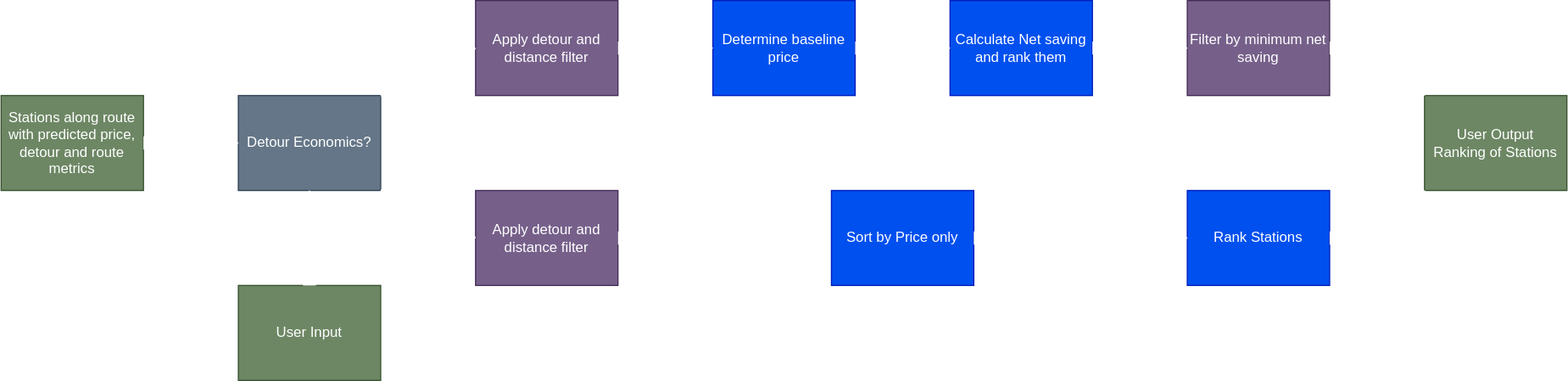
Earlier version of the draw.io export structure_graphs/dark_theme_recommender.drawio.svg (momade02/ds_project_main). Source tidied: cells renumbered, new cells last; positions are measured from the earlier drawing's top-left corner, leaving out a move shared by most shapes.
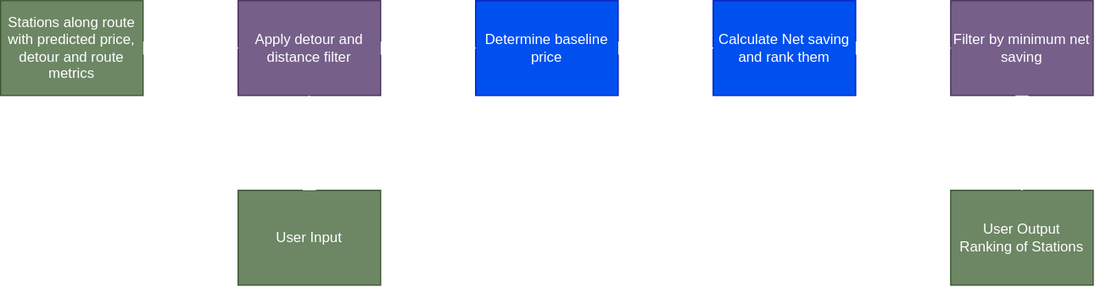
After the change.

Commit message:
Refactor SVG layout and styles for light theme recommender

- Adjusted dimensions and positions of rectangles and text elements for better alignment and visibility.
- Updated fill and stroke colors for various elements to enhance the visual appeal.
- Ensured consistent styling across all components for a cohesive look.

Change to the diagram source:
```diff
@@ -2,48 +2,34 @@
   <root>
     <mxCell id="0" />
     <mxCell id="1" parent="0" />
-    <mxCell id="2" value="Detour Economics?" style="rounded=0;whiteSpace=wrap;html=1;fillColor=#647687;strokeColor=#314354;fontColor=#FFFFFF;shadow=0;" parent="1" vertex="1">
-      <mxGeometry x="200" y="80" width="120" height="80" as="geometry" />
-    </mxCell>
     <mxCell id="3" value="&lt;span style=&quot;&quot;&gt;&lt;font style=&quot;color: light-dark(rgb(255, 255, 255), rgb(237, 237, 237));&quot;&gt;Apply detour and distance filter&lt;/font&gt;&lt;/span&gt;" style="rounded=0;whiteSpace=wrap;html=1;fillColor=#76608a;strokeColor=#432D57;fontColor=#FFFFFF;" parent="1" vertex="1">
       <mxGeometry x="400" width="120" height="80" as="geometry" />
     </mxCell>
     <mxCell id="4" value="Determine baseline price" style="rounded=0;whiteSpace=wrap;html=1;fillColor=#0050ef;strokeColor=#001DBC;fontColor=#FFFFFF;" parent="1" vertex="1">
       <mxGeometry x="600" width="120" height="80" as="geometry" />
     </mxCell>
-    <mxCell id="5" value="Yes" style="shape=flexArrow;endArrow=classic;html=1;rounded=0;entryX=0;entryY=0.5;entryDx=0;entryDy=0;exitX=1;exitY=0;exitDx=0;exitDy=0;fillColor=none;fontColor=#FFFFFF;labelBackgroundColor=none;labelPosition=center;verticalLabelPosition=top;align=center;verticalAlign=bottom;spacing=10;strokeColor=#FFFFFF;" parent="1" edge="1" source="2" target="3">
-      <mxGeometry relative="1" as="geometry" />
-    </mxCell>
     <mxCell id="6" style="shape=flexArrow;endArrow=classic;html=1;rounded=0;entryX=0;entryY=0.5;entryDx=0;entryDy=0;exitX=1;exitY=0.5;exitDx=0;exitDy=0;fillColor=none;fontColor=#FFFFFF;strokeColor=#FFFFFF;" parent="1" edge="1" source="3" target="4">
       <mxGeometry relative="1" as="geometry" />
     </mxCell>
     <mxCell id="7" value="User Output&lt;br&gt;Ranking of Stations" style="rounded=0;whiteSpace=wrap;html=1;fillColor=#6d8764;strokeColor=#3A5431;fontColor=#FFFFFF;" parent="1" vertex="1">
-      <mxGeometry x="1200" y="80" width="120" height="80" as="geometry" />
+      <mxGeometry x="1000" y="160" width="120" height="80" as="geometry" />
     </mxCell>
     <mxCell id="8" value="Stations along route with predicted price, detour and route metrics" style="rounded=0;whiteSpace=wrap;html=1;fillColor=#6d8764;strokeColor=#3A5431;fontColor=#FFFFFF;" parent="1" vertex="1">
-      <mxGeometry y="80" width="120" height="80" as="geometry" />
+      <mxGeometry x="200" width="120" height="80" as="geometry" />
     </mxCell>
-    <mxCell id="9" style="shape=flexArrow;endArrow=classic;html=1;rounded=0;exitX=1;exitY=0.5;exitDx=0;exitDy=0;entryX=0;entryY=0.5;entryDx=0;entryDy=0;fillColor=none;fontColor=#FFFFFF;strokeColor=#FFFFFF;" parent="1" edge="1" source="8" target="2">
-      <mxGeometry relative="1" as="geometry" />
+    <mxCell id="9" style="shape=flexArrow;endArrow=classic;html=1;rounded=0;exitX=1;exitY=0.5;exitDx=0;exitDy=0;entryX=0;entryY=0.5;entryDx=0;entryDy=0;fillColor=none;fontColor=#FFFFFF;strokeColor=#FFFFFF;" parent="1" edge="1" source="8">
+      <mxGeometry relative="1" as="geometry">
+        <mxPoint x="400" y="40" as="targetPoint" />
+      </mxGeometry>
     </mxCell>
     <mxCell id="10" value="User Input" style="rounded=0;whiteSpace=wrap;html=1;fillColor=#6d8764;strokeColor=#3A5431;fontColor=#FFFFFF;" parent="1" vertex="1">
-      <mxGeometry x="200" y="240" width="120" height="80" as="geometry" />
+      <mxGeometry x="400" y="160" width="120" height="80" as="geometry" />
     </mxCell>
-    <mxCell id="11" style="shape=flexArrow;endArrow=classic;html=1;rounded=0;exitX=0.5;exitY=0;exitDx=0;exitDy=0;entryX=0.5;entryY=1;entryDx=0;entryDy=0;fillColor=none;fontColor=#FFFFFF;labelBackgroundColor=none;labelPosition=left;verticalLabelPosition=middle;align=right;verticalAlign=middle;spacing=10;strokeColor=#FFFFFF;" parent="1" edge="1" source="10" target="2">
-      <mxGeometry relative="1" as="geometry" />
+    <mxCell id="11" style="shape=flexArrow;endArrow=classic;html=1;rounded=0;exitX=0.5;exitY=0;exitDx=0;exitDy=0;entryX=0.5;entryY=1;entryDx=0;entryDy=0;fillColor=none;fontColor=#FFFFFF;labelBackgroundColor=none;labelPosition=left;verticalLabelPosition=middle;align=right;verticalAlign=middle;spacing=10;strokeColor=#FFFFFF;" parent="1" edge="1" source="10">
+      <mxGeometry relative="1" as="geometry">
+        <mxPoint x="460" y="80" as="targetPoint" />
+      </mxGeometry>
     </mxCell>
-    <mxCell id="12" value="Apply detour and distance filter" style="rounded=0;whiteSpace=wrap;html=1;fillColor=#76608a;strokeColor=#432D57;fontColor=#FFFFFF;" parent="1" vertex="1">
-      <mxGeometry x="400" y="160" width="120" height="80" as="geometry" />
-    </mxCell>
-    <mxCell id="13" value="No" style="shape=flexArrow;endArrow=classic;html=1;rounded=0;entryX=0;entryY=0.5;entryDx=0;entryDy=0;exitX=1;exitY=1;exitDx=0;exitDy=0;fillColor=none;fontColor=#FFFFFF;labelBackgroundColor=none;labelPosition=center;verticalLabelPosition=bottom;align=center;verticalAlign=top;spacing=10;strokeColor=#FFFFFF;" parent="1" edge="1" source="2" target="12">
-      <mxGeometry relative="1" as="geometry" />
-    </mxCell>
-    <mxCell id="14" value="Rank Stations" style="rounded=0;whiteSpace=wrap;html=1;fillColor=#0050ef;strokeColor=#001DBC;fontColor=#FFFFFF;" parent="1" vertex="1">
-      <mxGeometry x="1000" y="160" width="120" height="80" as="geometry" />
-    </mxCell>
-    <mxCell id="15" style="shape=flexArrow;endArrow=classic;html=1;rounded=0;exitX=1;exitY=0.5;exitDx=0;exitDy=0;fillColor=none;fontColor=#FFFFFF;entryX=0;entryY=0.5;entryDx=0;entryDy=0;strokeColor=#FFFFFF;" parent="1" edge="1" source="12" target="19">
-      <mxGeometry relative="1" as="geometry" />
-    </mxCell>
     <mxCell id="16" value="Calculate Net saving and rank them" style="rounded=0;whiteSpace=wrap;html=1;fillColor=#0050ef;strokeColor=#001DBC;fontColor=#FFFFFF;" parent="1" vertex="1">
       <mxGeometry x="800" width="120" height="80" as="geometry" />
     </mxCell>
@@ -53,28 +39,11 @@
     <mxCell id="18" value="Filter by minimum net saving" style="rounded=0;whiteSpace=wrap;html=1;fillColor=#76608a;strokeColor=#432D57;fontColor=#FFFFFF;" parent="1" vertex="1">
       <mxGeometry x="1000" width="120" height="80" as="geometry" />
     </mxCell>
-    <mxCell id="19" value="Sort by Price only" style="rounded=0;whiteSpace=wrap;html=1;fillColor=#0050ef;strokeColor=#001DBC;fontColor=#FFFFFF;" parent="1" vertex="1">
-      <mxGeometry x="700" y="160" width="120" height="80" as="geometry" />
-    </mxCell>
     <mxCell id="20" style="shape=flexArrow;endArrow=classic;html=1;rounded=0;entryX=0;entryY=0.5;entryDx=0;entryDy=0;exitX=1;exitY=0.5;exitDx=0;exitDy=0;fillColor=none;fontColor=#FFFFFF;strokeColor=#FFFFFF;" parent="1" edge="1" source="16" target="18">
       <mxGeometry relative="1" as="geometry" />
     </mxCell>
-    <mxCell id="21" style="shape=flexArrow;endArrow=classic;html=1;rounded=0;fillColor=none;fontColor=#FFFFFF;exitX=1;exitY=0.5;exitDx=0;exitDy=0;entryX=0;entryY=0.5;entryDx=0;entryDy=0;strokeColor=#FFFFFF;" parent="1" edge="1" source="19" target="14">
-      <mxGeometry relative="1" as="geometry" />
-    </mxCell>
-    <mxCell id="22" style="shape=flexArrow;endArrow=classic;html=1;rounded=0;entryX=0;entryY=0;entryDx=0;entryDy=0;exitX=1;exitY=0.5;exitDx=0;exitDy=0;fillColor=none;fontColor=#FFFFFF;strokeColor=#FFFFFF;" parent="1" edge="1" source="18" target="7">
-      <mxGeometry relative="1" as="geometry">
-        <Array as="points">
-          <mxPoint x="1200" y="40" />
-        </Array>
-      </mxGeometry>
+    <mxCell id="22" style="shape=flexArrow;endArrow=classic;html=1;rounded=0;entryX=0.5;entryY=0;entryDx=0;entryDy=0;exitX=0.5;exitY=1;exitDx=0;exitDy=0;fillColor=none;fontColor=#FFFFFF;strokeColor=#FFFFFF;" parent="1" edge="1" source="18" target="7">
+      <mxGeometry relative="1" as="geometry" />
     </mxCell>
-    <mxCell id="23" style="shape=flexArrow;endArrow=classic;html=1;rounded=0;entryX=0;entryY=1;entryDx=0;entryDy=0;exitX=1;exitY=0.5;exitDx=0;exitDy=0;fillColor=none;fontColor=#FFFFFF;strokeColor=#FFFFFF;" parent="1" edge="1" source="14" target="7">
-      <mxGeometry relative="1" as="geometry">
-        <Array as="points">
-          <mxPoint x="1200" y="200" />
-        </Array>
-      </mxGeometry>
-    </mxCell>
   </root>
 </mxGraphModel>
```
